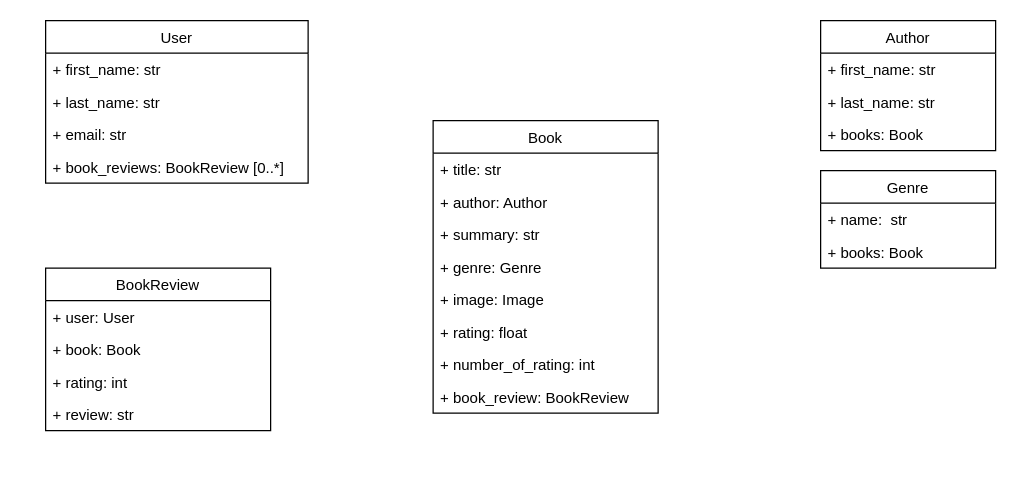
Above: book-models-uml.drawio in septymka/book-app-api (draw.io), before the change. Source tidied: cells renumbered, new cells numbered last; positions are measured from the earlier drawing's top-left corner, leaving out a move shared by most shapes. Both pictures are drawn from the tidied source at 125%, with x=0, y=0 at pixel (45, 20).
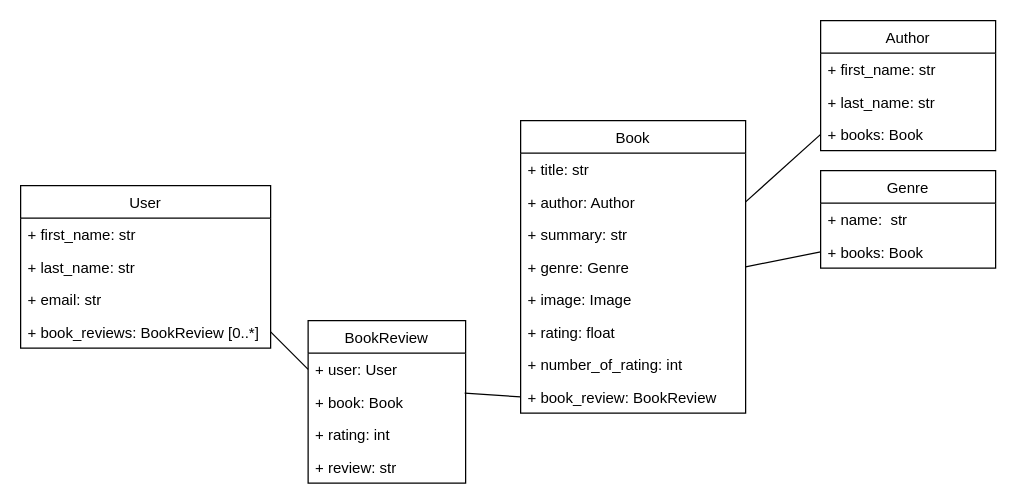
The same diagram, later.

Unchanged cells that the change refers to:
```xml
<mxCell id="4" value="+ author: Author" style="text;strokeColor=none;fillColor=none;align=left;verticalAlign=top;spacingLeft=4;spacingRight=4;overflow=hidden;points=[[0,0.5],[1,0.5]];portConstraint=eastwest;" parent="2" vertex="1">
  <mxGeometry y="52" width="180" height="26" as="geometry" />
</mxCell>
<mxCell id="6" value="+ genre: Genre" style="text;strokeColor=none;fillColor=none;align=left;verticalAlign=top;spacingLeft=4;spacingRight=4;overflow=hidden;points=[[0,0.5],[1,0.5]];portConstraint=eastwest;" parent="2" vertex="1">
  <mxGeometry y="104" width="180" height="26" as="geometry" />
</mxCell>
<mxCell id="10" value="+ book_review: BookReview" style="text;strokeColor=none;fillColor=none;align=left;verticalAlign=top;spacingLeft=4;spacingRight=4;overflow=hidden;points=[[0,0.5],[1,0.5]];portConstraint=eastwest;" parent="2" vertex="1">
  <mxGeometry y="208" width="180" height="26" as="geometry" />
</mxCell>
<mxCell id="14" value="+ books: Book" style="text;strokeColor=none;fillColor=none;align=left;verticalAlign=top;spacingLeft=4;spacingRight=4;overflow=hidden;points=[[0,0.5],[1,0.5]];portConstraint=eastwest;" parent="11" vertex="1">
  <mxGeometry y="78" width="140" height="26" as="geometry" />
</mxCell>
<mxCell id="17" value="+ books: Book" style="text;strokeColor=none;fillColor=none;align=left;verticalAlign=top;spacingLeft=4;spacingRight=4;overflow=hidden;points=[[0,0.5],[1,0.5]];portConstraint=eastwest;" parent="15" vertex="1">
  <mxGeometry y="52" width="140" height="26" as="geometry" />
</mxCell>
```

What changed in the source:
```diff
@@
     <mxCell id="2" value="Book" style="swimlane;fontStyle=0;horizontal=1;startSize=26;fillColor=none;" parent="1" vertex="1">
-      <mxGeometry x="310" y="80" width="180" height="234" as="geometry" />
+      <mxGeometry x="380" y="80" width="180" height="234" as="geometry" />
     </mxCell>
@@
     <mxCell id="18" value="User" style="swimlane;fontStyle=0;horizontal=1;startSize=26;fillColor=none;" parent="1" vertex="1">
-      <mxGeometry width="210" height="130" as="geometry" />
+      <mxGeometry x="-20" y="132" width="200" height="130" as="geometry" />
     </mxCell>
     <mxCell id="19" value="+ first_name: str" style="text;strokeColor=none;fillColor=none;align=left;verticalAlign=top;spacingLeft=4;spacingRight=4;overflow=hidden;" parent="18" vertex="1">
-      <mxGeometry y="26" width="210" height="26" as="geometry" />
+      <mxGeometry y="26" width="200" height="26" as="geometry" />
     </mxCell>
     <mxCell id="20" value="+ last_name: str" style="text;strokeColor=none;fillColor=none;align=left;verticalAlign=top;spacingLeft=4;spacingRight=4;overflow=hidden;" parent="18" vertex="1">
-      <mxGeometry y="52" width="210" height="26" as="geometry" />
+      <mxGeometry y="52" width="200" height="26" as="geometry" />
     </mxCell>
     <mxCell id="21" value="+ email: str" style="text;strokeColor=none;fillColor=none;align=left;verticalAlign=top;spacingLeft=4;spacingRight=4;overflow=hidden;" parent="18" vertex="1">
-      <mxGeometry y="78" width="210" height="26" as="geometry" />
+      <mxGeometry y="78" width="200" height="26" as="geometry" />
     </mxCell>
     <mxCell id="22" value="+ book_reviews: BookReview [0..*]" style="text;strokeColor=none;fillColor=none;align=left;verticalAlign=top;spacingLeft=4;spacingRight=4;overflow=hidden;points=[[0,0.5],[1,0.5]];portConstraint=eastwest;" parent="18" vertex="1">
-      <mxGeometry y="104" width="210" height="26" as="geometry" />
+      <mxGeometry y="104" width="200" height="26" as="geometry" />
     </mxCell>
     <mxCell id="23" value="BookReview" style="swimlane;fontStyle=0;horizontal=1;startSize=26;fillColor=none;" parent="1" vertex="1">
-      <mxGeometry y="198" width="180" height="130" as="geometry" />
+      <mxGeometry x="210" y="240" width="126" height="130" as="geometry" />
     </mxCell>
     <mxCell id="24" value="+ user: User" style="text;strokeColor=none;fillColor=none;align=left;verticalAlign=top;spacingLeft=4;spacingRight=4;overflow=hidden;points=[[0,0.5],[1,0.5]];portConstraint=eastwest;" parent="23" vertex="1">
-      <mxGeometry y="26" width="180" height="26" as="geometry" />
+      <mxGeometry y="26" width="126" height="26" as="geometry" />
     </mxCell>
     <mxCell id="25" value="+ book: Book" style="text;strokeColor=none;fillColor=none;align=left;verticalAlign=top;spacingLeft=4;spacingRight=4;overflow=hidden;points=[[0,0.5],[1,0.5]];portConstraint=eastwest;" parent="23" vertex="1">
-      <mxGeometry y="52" width="180" height="26" as="geometry" />
+      <mxGeometry y="52" width="126" height="26" as="geometry" />
     </mxCell>
     <mxCell id="26" value="+ rating: int" style="text;strokeColor=none;fillColor=none;align=left;verticalAlign=top;spacingLeft=4;spacingRight=4;overflow=hidden;" parent="23" vertex="1">
-      <mxGeometry y="78" width="180" height="26" as="geometry" />
+      <mxGeometry y="78" width="126" height="26" as="geometry" />
     </mxCell>
     <mxCell id="27" value="+ review: str" style="text;strokeColor=none;fillColor=none;align=left;verticalAlign=top;spacingLeft=4;spacingRight=4;overflow=hidden;" parent="23" vertex="1">
-      <mxGeometry y="104" width="180" height="26" as="geometry" />
+      <mxGeometry y="104" width="126" height="26" as="geometry" />
     </mxCell>
+    <mxCell id="28" style="endArrow=none;html=1;rounded=0;exitX=1;exitY=0.5;exitDx=0;exitDy=0;entryX=0;entryY=0.5;entryDx=0;entryDy=0;" parent="1" edge="1" source="4" target="14">
+      <mxGeometry relative="1" as="geometry" />
+    </mxCell>
+    <mxCell id="29" style="endArrow=none;html=1;rounded=0;entryX=1;entryY=0.5;entryDx=0;entryDy=0;exitX=0;exitY=0.5;exitDx=0;exitDy=0;" parent="1" edge="1" source="17" target="6">
+      <mxGeometry relative="1" as="geometry" />
+    </mxCell>
+    <mxCell id="30" style="endArrow=none;html=1;rounded=0;entryX=0;entryY=0.5;entryDx=0;entryDy=0;exitX=0.994;exitY=0.231;exitDx=0;exitDy=0;exitPerimeter=0;" parent="1" edge="1" source="25" target="10">
+      <mxGeometry relative="1" as="geometry" />
+    </mxCell>
+    <mxCell id="31" style="endArrow=none;html=1;rounded=0;entryX=0;entryY=0.5;entryDx=0;entryDy=0;exitX=1;exitY=0.5;exitDx=0;exitDy=0;" parent="1" edge="1" source="22" target="24">
+      <mxGeometry relative="1" as="geometry" />
+    </mxCell>
```
